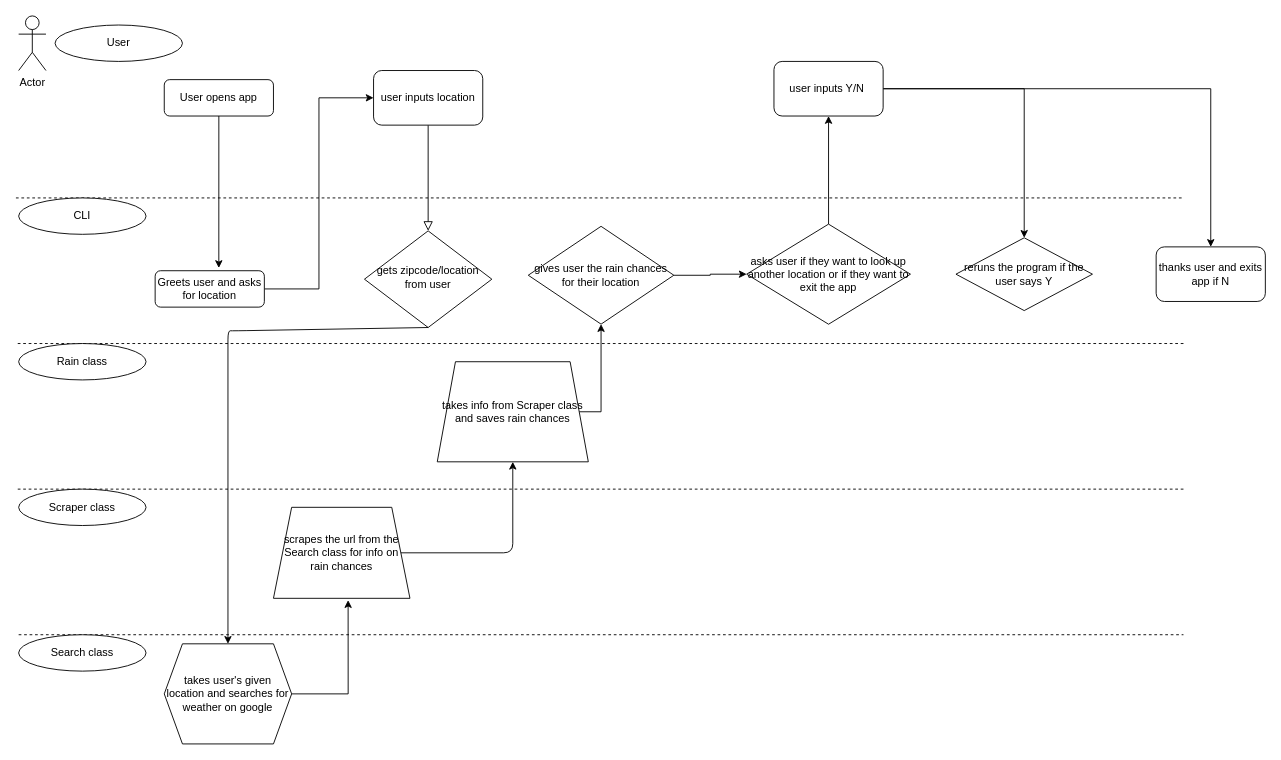
This is Untitled Diagram.drawio from RoUchiha/CLI-Ruby-project, a draw.io file, before an edit. Source tidied: cells renumbered, new cells numbered last; positions are measured from the earlier drawing's top-left corner, leaving out a move shared by most shapes. Both pictures are drawn from the tidied source at 91%, with x=0, y=0 at pixel (15, 15).
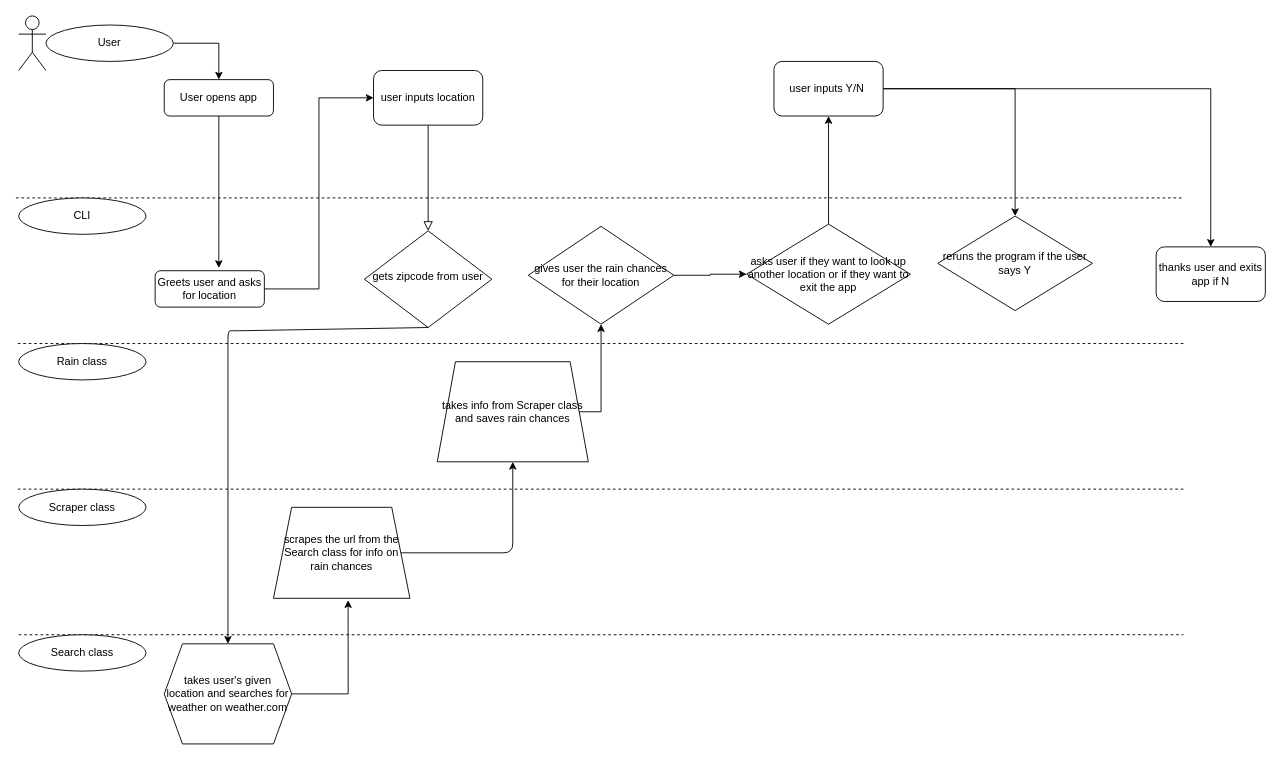
Above is the later version.

Commit message:
rain app flow diagram - final

The change refers to these unchanged cells:
```xml
<mxCell id="7" value="User opens app" style="rounded=1;whiteSpace=wrap;html=1;fontSize=12;glass=0;strokeWidth=1;shadow=0;" parent="1" vertex="1">
  <mxGeometry x="163" y="70" width="120" height="40" as="geometry" />
</mxCell>
```

Diff of the diagram source:
```diff
@@
-    <mxCell id="5" value="gets zipcode/location from user" style="rhombus;whiteSpace=wrap;html=1;shadow=0;fontFamily=Helvetica;fontSize=12;align=center;strokeWidth=1;spacing=6;spacingTop=-4;" parent="1" vertex="1">
+    <mxCell id="5" value="gets zipcode from user" style="rhombus;whiteSpace=wrap;html=1;shadow=0;fontFamily=Helvetica;fontSize=12;align=center;strokeWidth=1;spacing=6;spacingTop=-4;" parent="1" vertex="1">
       <mxGeometry x="383" y="236.2" width="140" height="106.2" as="geometry" />
     </mxCell>
@@
-    <mxCell id="12" value="Actor" style="shape=umlActor;verticalLabelPosition=bottom;verticalAlign=top;html=1;" parent="1" vertex="1">
+    <mxCell id="12" style="shape=umlActor;verticalLabelPosition=bottom;verticalAlign=top;html=1;" parent="1" vertex="1">
       <mxGeometry x="3" width="30" height="60" as="geometry" />
     </mxCell>
+    <mxCell id="35" style="edgeStyle=orthogonalEdgeStyle;rounded=0;jettySize=auto;html=1;exitX=1;exitY=0.5;exitDx=0;exitDy=0;entryX=0.5;entryY=0;entryDx=0;entryDy=0;" parent="1" edge="1" source="13" target="7">
+      <mxGeometry relative="1" as="geometry" />
+    </mxCell>
     <mxCell id="13" value="User" style="ellipse;whiteSpace=wrap;html=1;" parent="1" vertex="1">
-      <mxGeometry x="43" y="10" width="140" height="40" as="geometry" />
+      <mxGeometry x="33" y="10" width="140" height="40" as="geometry" />
     </mxCell>
@@
-    <mxCell id="18" value="takes user's given location and searches for weather on google" style="shape=hexagon;perimeter=hexagonPerimeter2;whiteSpace=wrap;html=1;fixedSize=1;" parent="1" vertex="1">
+    <mxCell id="18" value="takes user's given location and searches for weather on weather.com" style="shape=hexagon;perimeter=hexagonPerimeter2;whiteSpace=wrap;html=1;fixedSize=1;" parent="1" vertex="1">
       <mxGeometry x="163" y="690" width="140" height="110" as="geometry" />
     </mxCell>
@@
     <mxCell id="33" value="reruns the program if the user says Y" style="rhombus;whiteSpace=wrap;html=1;" parent="1" vertex="1">
-      <mxGeometry x="1033" y="243.8" width="150" height="80" as="geometry" />
+      <mxGeometry x="1013" y="220" width="170" height="103.8" as="geometry" />
     </mxCell>
```
